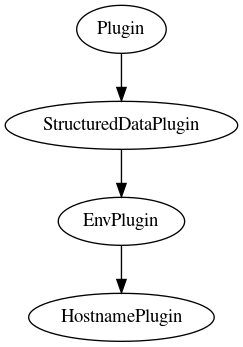
Before: dsi/plugins/dot/PluginClassHierarchy.gv.png, a diagram exported from Graphviz (lanl/dsi). Its source is kept beside it as dsi/plugins/dot/PluginClassHierarchy.gv.
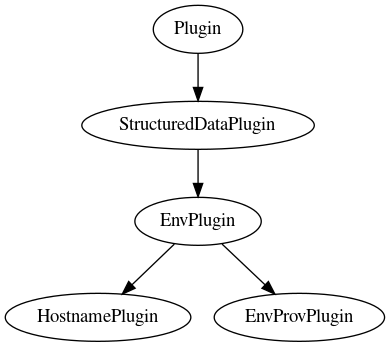
Above is the later version.

Diff of the diagram source:
```diff
@@ -6,6 +6,8 @@
 	StructuredDataPlugin -> EnvPlugin
 	HostnamePlugin
 	EnvPlugin -> HostnamePlugin
+	EnvProvPlugin
+	EnvPlugin -> EnvProvPlugin
 	StructuredDataPlugin
 	Plugin -> StructuredDataPlugin
 }
```
